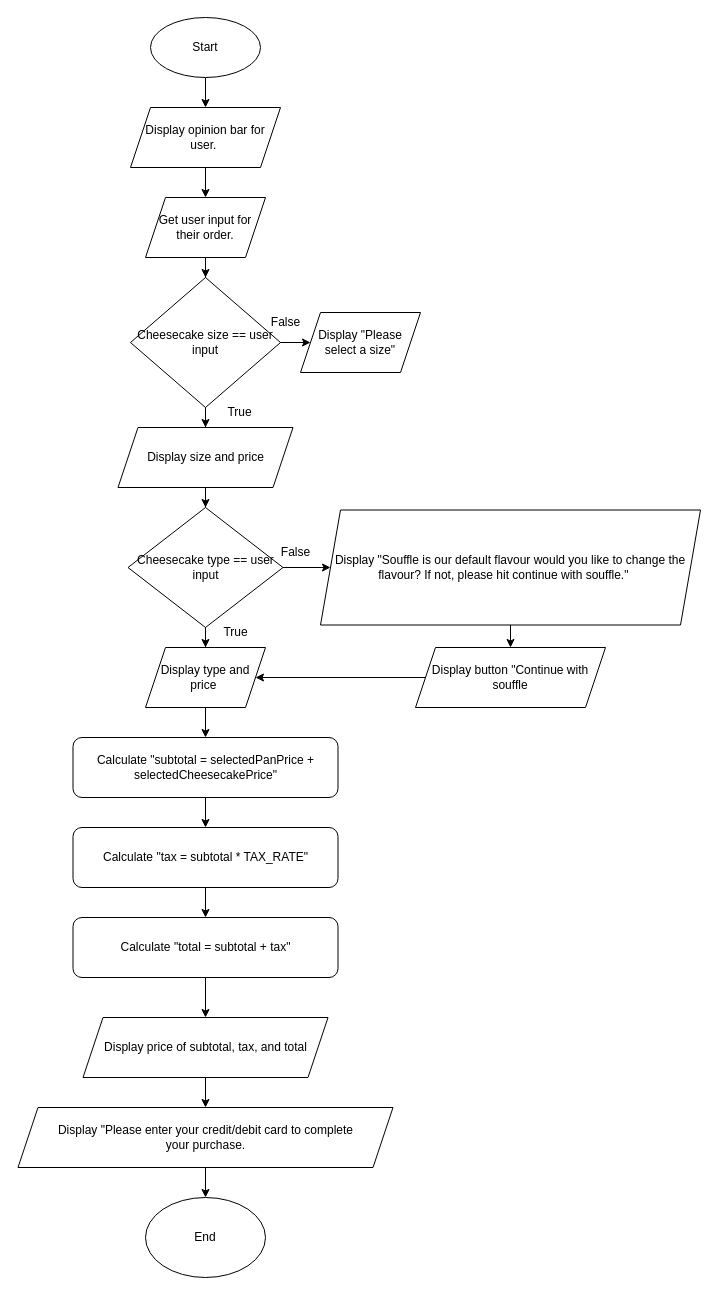
This is JapaneseCheesecake.drawio from ICD2O-Digital-Tech-IsaaqS/Assign-04B-HTML-NameOfProgram, a draw.io file, before an edit. Source tidied: cells renumbered, new cells numbered last; positions are measured from the earlier drawing's top-left corner, leaving out a move shared by most shapes. Both pictures are drawn from the tidied source at 100%, with x=0, y=0 at pixel (18, 17).
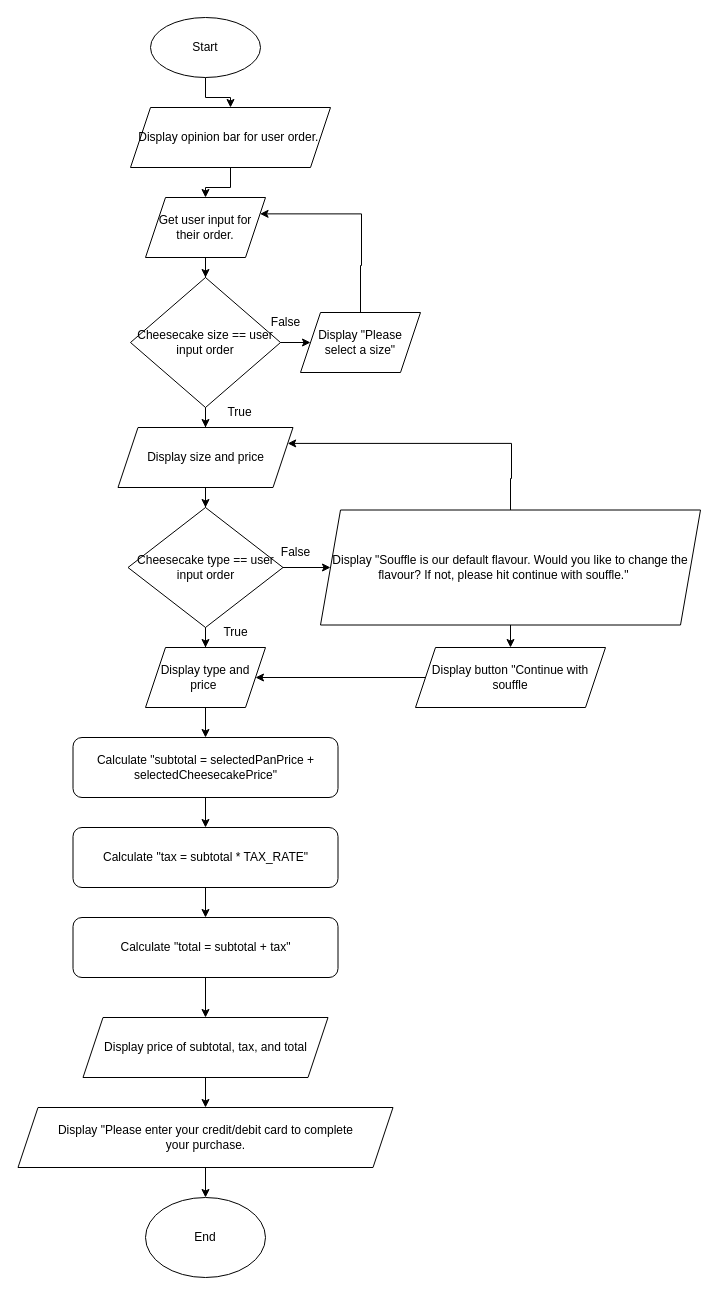
Above is the later version.

Unchanged cells that the change refers to:
```xml
<mxCell id="9" value="Display &quot;Please select a size&quot;" style="shape=parallelogram;perimeter=parallelogramPerimeter;whiteSpace=wrap;html=1;fixedSize=1;" parent="1" vertex="1">
  <mxGeometry x="282" y="295" width="120" height="60" as="geometry" />
</mxCell>
<mxCell id="12" value="Display size and price" style="shape=parallelogram;perimeter=parallelogramPerimeter;whiteSpace=wrap;html=1;fixedSize=1;" parent="1" vertex="1">
  <mxGeometry x="99.5" y="410" width="175" height="60" as="geometry" />
</mxCell>
<mxCell id="18" value="Get user input for their order." style="shape=parallelogram;perimeter=parallelogramPerimeter;whiteSpace=wrap;html=1;fixedSize=1;" parent="1" vertex="1">
  <mxGeometry x="127" y="180" width="120" height="60" as="geometry" />
</mxCell>
```

The edit, as a diff of the source:
```diff
@@
-    <mxCell id="6" value="Cheesecake size == user input" style="rhombus;whiteSpace=wrap;html=1;" parent="1" vertex="1">
+    <mxCell id="6" value="Cheesecake size == user input order" style="rhombus;whiteSpace=wrap;html=1;" parent="1" vertex="1">
       <mxGeometry x="112" y="260" width="150" height="130" as="geometry" />
     </mxCell>
@@
-    <mxCell id="8" value="Display opinion bar for user.&amp;nbsp;" style="shape=parallelogram;perimeter=parallelogramPerimeter;whiteSpace=wrap;html=1;fixedSize=1;" parent="1" vertex="1">
-      <mxGeometry x="112" y="90" width="150" height="60" as="geometry" />
+    <mxCell id="8" value="Display opinion bar for user order.&amp;nbsp;" style="shape=parallelogram;perimeter=parallelogramPerimeter;whiteSpace=wrap;html=1;fixedSize=1;" parent="1" vertex="1">
+      <mxGeometry x="112" y="90" width="200" height="60" as="geometry" />
     </mxCell>
+    <mxCell id="38" style="edgeStyle=orthogonalEdgeStyle;rounded=0;jettySize=auto;html=1;entryX=1;entryY=0.25;entryDx=0;entryDy=0;" parent="1" edge="1" source="9" target="18">
+      <mxGeometry relative="1" as="geometry">
+        <Array as="points">
+          <mxPoint x="342" y="248" />
+          <mxPoint x="343" y="248" />
+          <mxPoint x="343" y="196" />
+        </Array>
+      </mxGeometry>
+    </mxCell>
@@
-    <mxCell id="15" value="Cheesecake type == user input" style="rhombus;whiteSpace=wrap;html=1;" parent="1" vertex="1">
+    <mxCell id="15" value="Cheesecake type == user input order" style="rhombus;whiteSpace=wrap;html=1;" parent="1" vertex="1">
       <mxGeometry x="109.5" y="490" width="155" height="120" as="geometry" />
     </mxCell>
@@
+    <mxCell id="39" style="edgeStyle=orthogonalEdgeStyle;rounded=0;jettySize=auto;html=1;entryX=1;entryY=0.25;entryDx=0;entryDy=0;" parent="1" edge="1" source="20" target="12">
+      <mxGeometry relative="1" as="geometry">
+        <Array as="points">
+          <mxPoint x="492" y="461" />
+          <mxPoint x="493" y="461" />
+          <mxPoint x="493" y="426" />
+        </Array>
+      </mxGeometry>
+    </mxCell>
-    <mxCell id="20" value="Display &quot;Souffle is our default flavour would you like to change the flavour? If not, please hit continue with souffle.&quot;&amp;nbsp; &amp;nbsp;&amp;nbsp;" style="shape=parallelogram;perimeter=parallelogramPerimeter;whiteSpace=wrap;html=1;fixedSize=1;" parent="1" vertex="1">
+    <mxCell id="20" value="Display &quot;Souffle is our default flavour. Would you like to change the flavour? If not, please hit continue with souffle.&quot;&amp;nbsp; &amp;nbsp;&amp;nbsp;" style="shape=parallelogram;perimeter=parallelogramPerimeter;whiteSpace=wrap;html=1;fixedSize=1;" parent="1" vertex="1">
       <mxGeometry x="302" y="492.5" width="380" height="115" as="geometry" />
     </mxCell>
```
